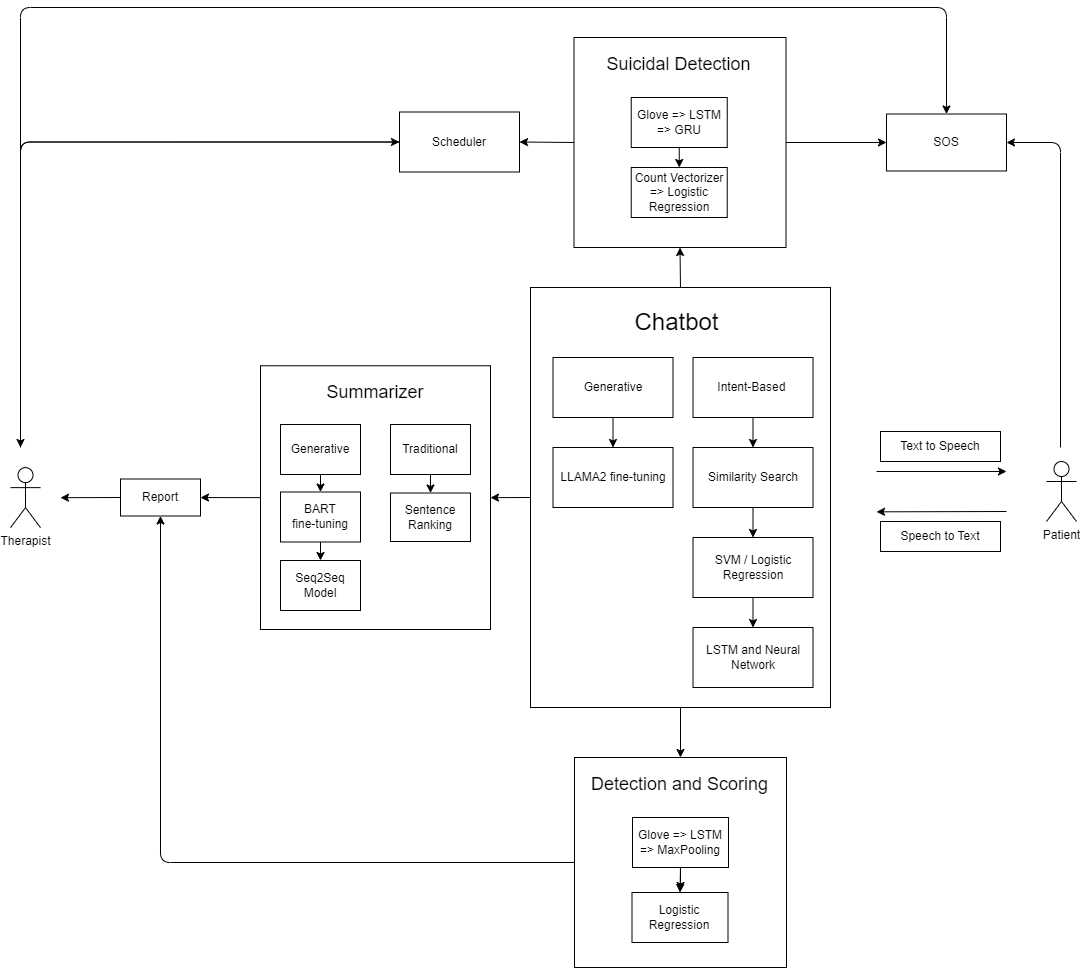
Better-Call-Soul/Soul-AI keeps this draw.io diagram as report/models.png. Above is the earlier version. Source tidied: cells renumbered, new cells last; positions are measured from the earlier drawing's top-left corner, leaving out a move shared by most shapes.
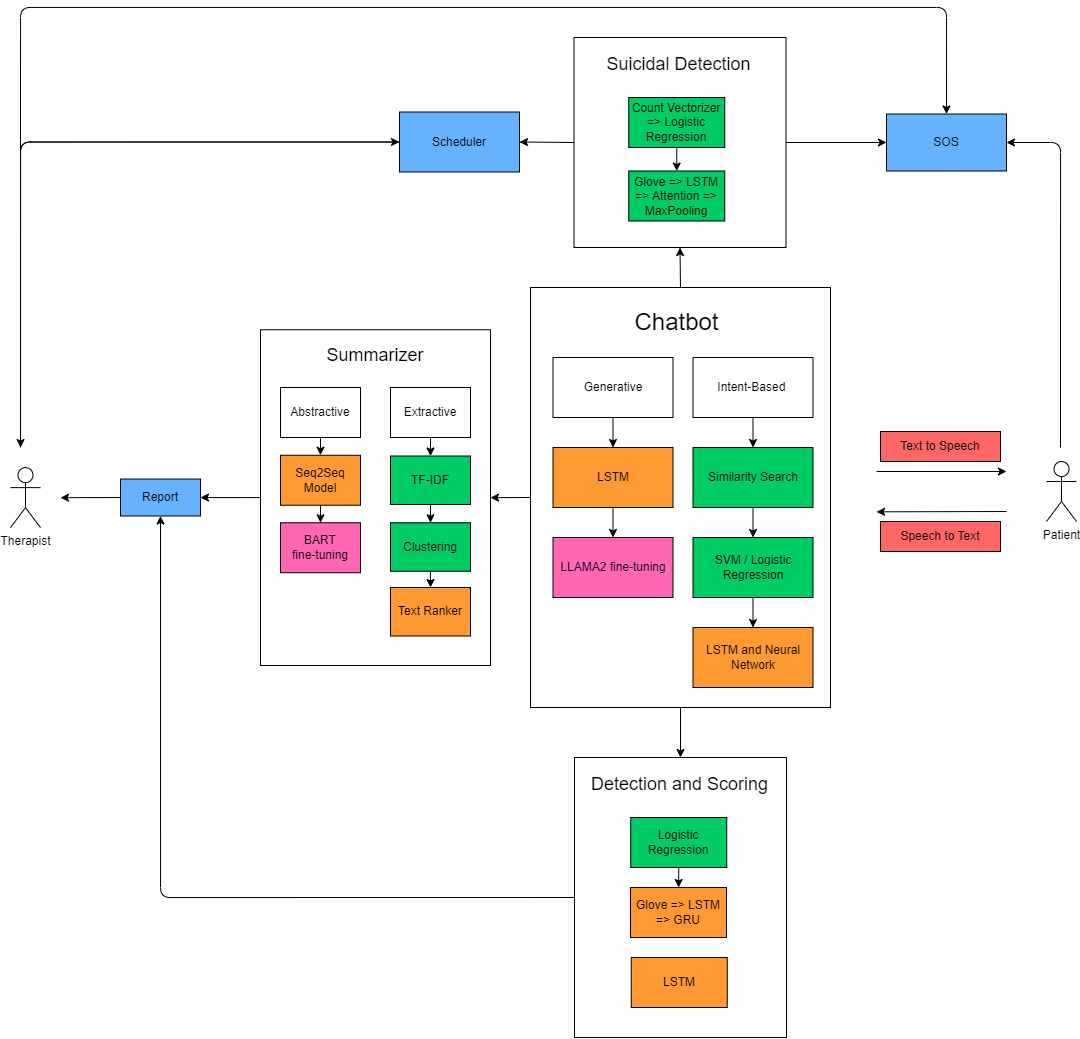
After the commit.

The edit, as a diff of the source:
```diff
@@ -38,19 +38,22 @@
     <mxCell id="12" style="edgeStyle=none;html=1;" parent="1" edge="1" source="13" target="15">
       <mxGeometry relative="1" as="geometry" />
     </mxCell>
-    <mxCell id="13" value="Similarity Search" style="whiteSpace=wrap;html=1;rounded=0;" parent="1" vertex="1">
+    <mxCell id="13" value="Similarity Search" style="whiteSpace=wrap;html=1;rounded=0;fillColor=#00CC66;" parent="1" vertex="1">
       <mxGeometry x="682.5" y="440" width="120" height="60" as="geometry" />
     </mxCell>
     <mxCell id="14" style="edgeStyle=none;html=1;" parent="1" edge="1" source="15" target="16">
       <mxGeometry relative="1" as="geometry" />
     </mxCell>
-    <mxCell id="15" value="SVM / Logistic Regression" style="whiteSpace=wrap;html=1;rounded=0;" parent="1" vertex="1">
+    <mxCell id="15" value="SVM / Logistic Regression" style="whiteSpace=wrap;html=1;rounded=0;fillColor=#00CC66;" parent="1" vertex="1">
       <mxGeometry x="682.5" y="530" width="120" height="60" as="geometry" />
     </mxCell>
-    <mxCell id="16" value="LSTM and Neural Network" style="whiteSpace=wrap;html=1;rounded=0;" parent="1" vertex="1">
+    <mxCell id="16" value="LSTM and Neural Network" style="whiteSpace=wrap;html=1;rounded=0;fillColor=#FF9933;" parent="1" vertex="1">
       <mxGeometry x="682.5" y="620" width="120" height="60" as="geometry" />
     </mxCell>
+    <mxCell id="56" style="edgeStyle=none;html=1;" parent="1" edge="1" source="17" target="67">
+      <mxGeometry relative="1" as="geometry" />
+    </mxCell>
-    <mxCell id="17" value="LLAMA2 fine-tuning" style="whiteSpace=wrap;html=1;rounded=0;" parent="1" vertex="1">
+    <mxCell id="17" value="LSTM" style="whiteSpace=wrap;html=1;rounded=0;fillColor=#FF9933;" parent="1" vertex="1">
       <mxGeometry x="542.5" y="440" width="120" height="60" as="geometry" />
     </mxCell>
     <mxCell id="18" value="Patient&lt;br&gt;" style="shape=umlActor;verticalLabelPosition=bottom;verticalAlign=top;html=1;" parent="1" vertex="1">
@@ -66,7 +69,7 @@
       <mxGeometry relative="1" as="geometry" />
     </mxCell>
     <mxCell id="21" style="rounded=0;whiteSpace=wrap;html=1;" parent="1" vertex="1">
-      <mxGeometry x="564" y="750" width="212" height="210" as="geometry" />
+      <mxGeometry x="564" y="750" width="212" height="280" as="geometry" />
     </mxCell>
     <mxCell id="22" value="&lt;font style=&quot;font-size: 18px;&quot;&gt;Detection and Scoring&lt;/font&gt;" style="text;html=1;strokeColor=none;fillColor=none;align=center;verticalAlign=middle;whiteSpace=wrap;rounded=0;" parent="1" vertex="1">
       <mxGeometry x="542.5" y="761.5" width="252.5" height="30" as="geometry" />
@@ -75,32 +78,35 @@
       <mxGeometry relative="1" as="geometry" />
     </mxCell>
     <mxCell id="24" style="rounded=0;whiteSpace=wrap;html=1;" parent="1" vertex="1">
-      <mxGeometry x="250" y="358.2" width="230" height="263.8" as="geometry" />
+      <mxGeometry x="250" y="322.2" width="230" height="335.8" as="geometry" />
     </mxCell>
     <mxCell id="25" value="&lt;font style=&quot;font-size: 18px;&quot;&gt;Summarizer&lt;/font&gt;" style="text;html=1;strokeColor=none;fillColor=none;align=center;verticalAlign=middle;whiteSpace=wrap;rounded=0;" parent="1" vertex="1">
-      <mxGeometry x="335" y="370" width="60" height="30" as="geometry" />
+      <mxGeometry x="335" y="333" width="60" height="30" as="geometry" />
     </mxCell>
     <mxCell id="26" style="edgeStyle=none;html=1;" parent="1" edge="1" source="27" target="30">
       <mxGeometry relative="1" as="geometry" />
     </mxCell>
-    <mxCell id="27" value="Traditional" style="rounded=0;whiteSpace=wrap;html=1;" parent="1" vertex="1">
-      <mxGeometry x="380" y="417" width="80" height="50" as="geometry" />
+    <mxCell id="27" value="Extractive" style="rounded=0;whiteSpace=wrap;html=1;" parent="1" vertex="1">
+      <mxGeometry x="380" y="380" width="80" height="50" as="geometry" />
     </mxCell>
-    <mxCell id="28" style="edgeStyle=none;html=1;exitX=0.5;exitY=1;exitDx=0;exitDy=0;entryX=0.5;entryY=0;entryDx=0;entryDy=0;fontSize=18;" parent="1" edge="1" source="29" target="46">
-      <mxGeometry relative="1" as="geometry" />
-    </mxCell>
+    <mxCell id="57" style="edgeStyle=none;html=1;exitX=0.5;exitY=1;exitDx=0;exitDy=0;entryX=0.5;entryY=0;entryDx=0;entryDy=0;" parent="1" edge="1" source="29" target="47">
+      <mxGeometry relative="1" as="geometry" />
+    </mxCell>
-    <mxCell id="29" value="Generative" style="rounded=0;whiteSpace=wrap;html=1;" parent="1" vertex="1">
-      <mxGeometry x="270" y="417" width="80" height="50" as="geometry" />
+    <mxCell id="29" value="Abstractive" style="rounded=0;whiteSpace=wrap;html=1;" parent="1" vertex="1">
+      <mxGeometry x="270" y="380" width="80" height="50" as="geometry" />
     </mxCell>
+    <mxCell id="58" style="edgeStyle=none;html=1;exitX=0.5;exitY=1;exitDx=0;exitDy=0;entryX=0.5;entryY=0;entryDx=0;entryDy=0;" parent="1" edge="1" source="30" target="64">
+      <mxGeometry relative="1" as="geometry" />
+    </mxCell>
-    <mxCell id="30" value="Sentence Ranking" style="whiteSpace=wrap;html=1;rounded=0;" parent="1" vertex="1">
-      <mxGeometry x="380" y="485.5" width="80" height="48.5" as="geometry" />
+    <mxCell id="30" value="TF-IDF" style="whiteSpace=wrap;html=1;rounded=0;fillColor=#00CC66;" parent="1" vertex="1">
+      <mxGeometry x="380" y="448.5" width="80" height="48.5" as="geometry" />
     </mxCell>
     <mxCell id="31" style="edgeStyle=none;html=1;exitX=0;exitY=0.5;exitDx=0;exitDy=0;fontSize=18;" parent="1" edge="1" source="32">
       <mxGeometry relative="1" as="geometry">
         <mxPoint x="50" y="490.2" as="targetPoint" />
       </mxGeometry>
     </mxCell>
-    <mxCell id="32" value="Report" style="rounded=0;whiteSpace=wrap;html=1;" parent="1" vertex="1">
+    <mxCell id="32" value="Report" style="rounded=0;whiteSpace=wrap;html=1;fillColor=#66B2FF;" parent="1" vertex="1">
       <mxGeometry x="110" y="471.5" width="80" height="37" as="geometry" />
     </mxCell>
     <mxCell id="33" style="edgeStyle=orthogonalEdgeStyle;html=1;exitX=0;exitY=0.5;exitDx=0;exitDy=0;" parent="1" edge="1" source="35">
@@ -120,7 +126,7 @@
         </Array>
       </mxGeometry>
     </mxCell>
-    <mxCell id="35" value="Scheduler" style="rounded=0;whiteSpace=wrap;html=1;" parent="1" vertex="1">
+    <mxCell id="35" value="Scheduler" style="rounded=0;whiteSpace=wrap;html=1;fillColor=#66B2FF;" parent="1" vertex="1">
       <mxGeometry x="389" y="104.5" width="120" height="60" as="geometry" />
     </mxCell>
     <mxCell id="36" value="Therapist" style="shape=umlActor;verticalLabelPosition=bottom;verticalAlign=top;html=1;" parent="1" vertex="1">
@@ -134,7 +140,7 @@
         </Array>
       </mxGeometry>
     </mxCell>
-    <mxCell id="38" value="SOS" style="rounded=0;whiteSpace=wrap;html=1;" parent="1" vertex="1">
+    <mxCell id="38" value="SOS" style="rounded=0;whiteSpace=wrap;html=1;fillColor=#66B2FF;" parent="1" vertex="1">
       <mxGeometry x="876" y="106.5" width="120" height="57" as="geometry" />
     </mxCell>
     <mxCell id="39" style="endArrow=classic;html=1;entryX=0.5;entryY=0;entryDx=0;entryDy=0;edgeStyle=orthogonalEdgeStyle;" parent="1" edge="1" target="38">
@@ -146,12 +152,6 @@
         </Array>
       </mxGeometry>
     </mxCell>
-    <mxCell id="40" style="edgeStyle=orthogonalEdgeStyle;html=1;fontSize=24;entryX=0.5;entryY=0;entryDx=0;entryDy=0;" parent="1" edge="1">
-      <mxGeometry relative="1" as="geometry">
-        <mxPoint x="670" y="858" as="sourcePoint" />
-        <mxPoint x="670" y="883" as="targetPoint" />
-      </mxGeometry>
-    </mxCell>
     <mxCell id="41" style="edgeStyle=none;html=1;exitX=1;exitY=0.5;exitDx=0;exitDy=0;entryX=0;entryY=0.5;entryDx=0;entryDy=0;fontSize=18;" parent="1" edge="1" source="43" target="38">
       <mxGeometry relative="1" as="geometry" />
     </mxCell>
@@ -164,38 +164,53 @@
     <mxCell id="44" value="&lt;font style=&quot;font-size: 18px;&quot;&gt;Suicidal Detection&lt;/font&gt;" style="text;html=1;strokeColor=none;fillColor=none;align=center;verticalAlign=middle;whiteSpace=wrap;rounded=0;" parent="1" vertex="1">
       <mxGeometry x="542" y="41.5" width="252.5" height="30" as="geometry" />
     </mxCell>
-    <mxCell id="45" style="edgeStyle=none;html=1;exitX=0.5;exitY=1;exitDx=0;exitDy=0;entryX=0.5;entryY=0;entryDx=0;entryDy=0;fontSize=18;" parent="1" edge="1" source="46" target="47">
-      <mxGeometry relative="1" as="geometry" />
-    </mxCell>
-    <mxCell id="46" value="BART &lt;br&gt;fine-tuning" style="rounded=0;whiteSpace=wrap;html=1;" parent="1" vertex="1">
-      <mxGeometry x="270" y="484.5" width="80" height="50" as="geometry" />
+    <mxCell id="46" value="BART &lt;br&gt;fine-tuning" style="rounded=0;whiteSpace=wrap;html=1;fillColor=#FF66B3;" parent="1" vertex="1">
+      <mxGeometry x="270" y="515.2" width="80" height="50" as="geometry" />
     </mxCell>
+    <mxCell id="59" style="edgeStyle=none;html=1;exitX=0.5;exitY=1;exitDx=0;exitDy=0;" parent="1" edge="1" source="47" target="46">
+      <mxGeometry relative="1" as="geometry" />
+    </mxCell>
-    <mxCell id="47" value="Seq2Seq&lt;br&gt;Model" style="rounded=0;whiteSpace=wrap;html=1;" parent="1" vertex="1">
-      <mxGeometry x="270" y="553" width="80" height="50" as="geometry" />
+    <mxCell id="47" value="Seq2Seq&lt;br&gt;Model" style="rounded=0;whiteSpace=wrap;html=1;fillColor=#FF9933;" parent="1" vertex="1">
+      <mxGeometry x="270" y="447.8" width="80" height="50" as="geometry" />
     </mxCell>
-    <mxCell id="48" style="edgeStyle=none;html=1;exitX=0.5;exitY=1;exitDx=0;exitDy=0;entryX=0.5;entryY=0;entryDx=0;entryDy=0;fontSize=12;" parent="1" edge="1" source="49" target="50">
-      <mxGeometry relative="1" as="geometry" />
-    </mxCell>
-    <mxCell id="49" value="Glove =&amp;gt; LSTM&lt;br&gt;=&amp;gt; GRU" style="rounded=0;whiteSpace=wrap;html=1;" parent="1" vertex="1">
-      <mxGeometry x="620.8" y="90" width="96" height="50" as="geometry" />
-    </mxCell>
+    <mxCell id="60" style="edgeStyle=none;html=1;" parent="1" edge="1" source="50" target="65">
+      <mxGeometry relative="1" as="geometry" />
+    </mxCell>
-    <mxCell id="50" value="Count Vectorizer =&amp;gt; Logistic Regression" style="rounded=0;whiteSpace=wrap;html=1;" parent="1" vertex="1">
-      <mxGeometry x="620.8" y="160" width="96" height="50" as="geometry" />
+    <mxCell id="50" value="Count Vectorizer =&amp;gt; Logistic Regression" style="rounded=0;whiteSpace=wrap;html=1;fillColor=#00CC66;" parent="1" vertex="1">
+      <mxGeometry x="618.2" y="90" width="96" height="50" as="geometry" />
     </mxCell>
-    <mxCell id="51" style="edgeStyle=none;html=1;exitX=0.5;exitY=1;exitDx=0;exitDy=0;entryX=0.5;entryY=0;entryDx=0;entryDy=0;fontSize=12;" parent="1" edge="1" source="52" target="53">
-      <mxGeometry relative="1" as="geometry" />
-    </mxCell>
-    <mxCell id="52" value="Glove =&amp;gt; LSTM&lt;br&gt;=&amp;gt; MaxPooling" style="rounded=0;whiteSpace=wrap;html=1;" parent="1" vertex="1">
-      <mxGeometry x="622" y="810" width="96" height="50" as="geometry" />
+    <mxCell id="52" value="Glove =&amp;gt; LSTM&lt;br&gt;=&amp;gt; GRU" style="rounded=0;whiteSpace=wrap;html=1;fillColor=#FF9933;" parent="1" vertex="1">
+      <mxGeometry x="620" y="880" width="96" height="50" as="geometry" />
     </mxCell>
+    <mxCell id="61" style="edgeStyle=none;html=1;exitX=0.5;exitY=1;exitDx=0;exitDy=0;" parent="1" edge="1" source="53" target="52">
+      <mxGeometry relative="1" as="geometry" />
+    </mxCell>
-    <mxCell id="53" value="Logistic Regression" style="rounded=0;whiteSpace=wrap;html=1;" parent="1" vertex="1">
-      <mxGeometry x="621.5" y="885" width="96" height="50" as="geometry" />
+    <mxCell id="53" value="Logistic Regression" style="rounded=0;whiteSpace=wrap;html=1;fillColor=#00CC66;" parent="1" vertex="1">
+      <mxGeometry x="620.2" y="810" width="96" height="50" as="geometry" />
     </mxCell>
-    <mxCell id="54" value="Text to Speech" style="rounded=0;whiteSpace=wrap;html=1;" parent="1" vertex="1">
+    <mxCell id="54" value="Text to Speech" style="rounded=0;whiteSpace=wrap;html=1;fillColor=#FF6666;" parent="1" vertex="1">
       <mxGeometry x="870" y="424" width="120" height="30" as="geometry" />
     </mxCell>
-    <mxCell id="55" value="Speech to Text" style="rounded=0;whiteSpace=wrap;html=1;" parent="1" vertex="1">
+    <mxCell id="55" value="Speech to Text" style="rounded=0;whiteSpace=wrap;html=1;fillColor=#FF6666;" parent="1" vertex="1">
       <mxGeometry x="870" y="514" width="120" height="30" as="geometry" />
     </mxCell>
+    <mxCell id="62" value="Text Ranker" style="whiteSpace=wrap;html=1;rounded=0;fillColor=#FF9933;" parent="1" vertex="1">
+      <mxGeometry x="380" y="580" width="80" height="48.5" as="geometry" />
+    </mxCell>
+    <mxCell id="63" style="edgeStyle=none;html=1;exitX=0.5;exitY=1;exitDx=0;exitDy=0;entryX=0.5;entryY=0;entryDx=0;entryDy=0;" parent="1" edge="1" source="64" target="62">
+      <mxGeometry relative="1" as="geometry" />
+    </mxCell>
+    <mxCell id="64" value="Clustering" style="whiteSpace=wrap;html=1;rounded=0;fillColor=#00CC66;" parent="1" vertex="1">
+      <mxGeometry x="380" y="515.2" width="80" height="48.5" as="geometry" />
+    </mxCell>
+    <mxCell id="65" value="Glove =&amp;gt; LSTM&lt;br&gt;=&amp;gt; Attention =&amp;gt; MaxPooling" style="rounded=0;whiteSpace=wrap;html=1;fillColor=#00CC66;" parent="1" vertex="1">
+      <mxGeometry x="618.2" y="163.5" width="96" height="50" as="geometry" />
+    </mxCell>
+    <mxCell id="66" value="LSTM" style="rounded=0;whiteSpace=wrap;html=1;fillColor=#FF9933;" parent="1" vertex="1">
+      <mxGeometry x="620.8" y="950" width="96" height="50" as="geometry" />
+    </mxCell>
+    <mxCell id="67" value="LLAMA2 fine-tuning" style="whiteSpace=wrap;html=1;rounded=0;fillColor=#FF66B3;" parent="1" vertex="1">
+      <mxGeometry x="542.5" y="530" width="120" height="60" as="geometry" />
+    </mxCell>
   </root>
 </mxGraphModel>
```
